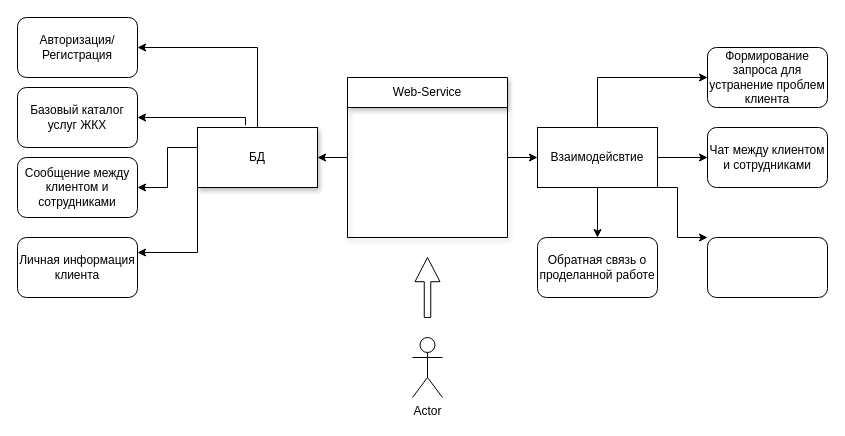
egorka-angelskiy/EPA keeps this draw.io diagram as Диаграмма без названия.drawio. Above is the earlier version. Source tidied: cells renumbered, new cells numbered last; positions are measured from the earlier drawing's top-left corner, leaving out a move shared by most shapes. Both pictures are drawn from the tidied source at 100%, with x=0, y=0 at pixel (17, 17).
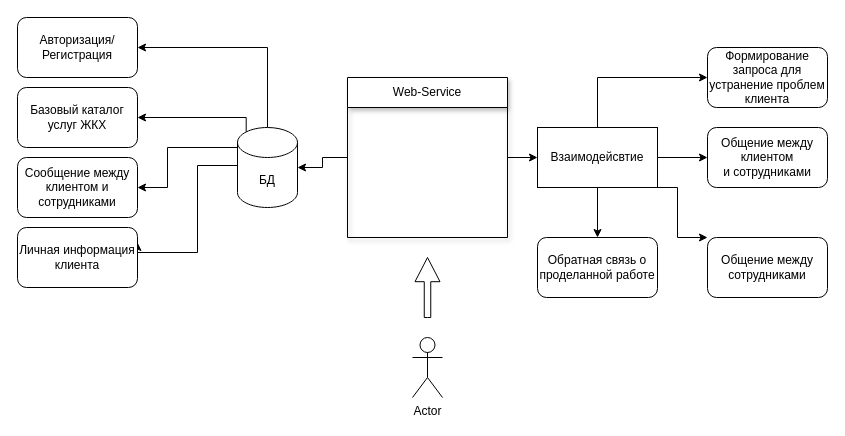
Above is the later version.

The change refers to these unchanged cells:
```xml
<mxCell id="4" value="Web-Service" style="swimlane;fontStyle=0;horizontal=1;startSize=30;whiteSpace=wrap;html=1;shadow=1;points=[[0,0,0,0,0],[0,0.25,0,0,0],[0,0.33,0,0,0],[0,0.5,0,0,0],[0,0.67,0,0,0],[0,0.75,0,0,0],[0,1,0,0,0],[0.25,0,0,0,0],[0.25,1,0,0,0],[0.5,0,0,0,0],[0.5,1,0,0,0],[0.75,0,0,0,0],[0.75,1,0,0,0],[1,0,0,0,0],[1,0.25,0,0,0],[1,0.5,0,0,0],[1,0.75,0,0,0],[1,1,0,0,0]];" parent="1" vertex="1">
  <mxGeometry x="330" y="60" width="160" height="160" as="geometry" />
</mxCell>
<mxCell id="12" value="Авторизация/Регистрация" style="rounded=1;whiteSpace=wrap;html=1;" parent="1" vertex="1">
  <mxGeometry width="120" height="60" as="geometry" />
</mxCell>
<mxCell id="13" value="Базовый каталог услуг ЖКХ" style="rounded=1;whiteSpace=wrap;html=1;" parent="1" vertex="1">
  <mxGeometry y="70" width="120" height="60" as="geometry" />
</mxCell>
<mxCell id="14" value="Сообщение между клиентом и сотрудниками" style="rounded=1;whiteSpace=wrap;html=1;" parent="1" vertex="1">
  <mxGeometry y="140" width="120" height="60" as="geometry" />
</mxCell>
```

What changed in the source:
```diff
@@
-    <mxCell id="2" style="edgeStyle=orthogonalEdgeStyle;rounded=0;jettySize=auto;html=1;" parent="1" edge="1" source="4" target="11">
+    <mxCell id="2" style="edgeStyle=orthogonalEdgeStyle;rounded=0;jettySize=auto;html=1;entryX=1;entryY=0.5;entryDx=0;entryDy=0;entryPerimeter=0;" parent="1" edge="1" source="4" target="11">
       <mxGeometry relative="1" as="geometry" />
     </mxCell>
@@
-    <mxCell id="7" style="edgeStyle=orthogonalEdgeStyle;rounded=0;jettySize=auto;html=1;exitX=0.5;exitY=0;exitDx=0;exitDy=0;entryX=1;entryY=0.5;entryDx=0;entryDy=0;" parent="1" edge="1" source="11" target="12">
+    <mxCell id="7" style="edgeStyle=orthogonalEdgeStyle;rounded=0;jettySize=auto;html=1;exitX=0.5;exitY=0;exitDx=0;exitDy=0;entryX=1;entryY=0.5;entryDx=0;entryDy=0;exitPerimeter=0;" parent="1" edge="1" source="11" target="12">
       <mxGeometry relative="1" as="geometry" />
     </mxCell>
-    <mxCell id="8" style="edgeStyle=orthogonalEdgeStyle;rounded=0;jettySize=auto;html=1;entryX=1;entryY=0.5;entryDx=0;entryDy=0;exitX=0.4;exitY=-0.037;exitDx=0;exitDy=0;exitPerimeter=0;" parent="1" edge="1" source="11" target="13">
+    <mxCell id="8" style="edgeStyle=orthogonalEdgeStyle;rounded=0;jettySize=auto;html=1;entryX=1;entryY=0.5;entryDx=0;entryDy=0;exitX=0.145;exitY=0;exitDx=0;exitDy=4.35;exitPerimeter=0;" parent="1" edge="1" source="11" target="13">
       <mxGeometry relative="1" as="geometry">
         <Array as="points">
-          <mxPoint x="228" y="100" />
+          <mxPoint x="229" y="100" />
         </Array>
       </mxGeometry>
     </mxCell>
-    <mxCell id="9" style="edgeStyle=orthogonalEdgeStyle;rounded=0;jettySize=auto;html=1;entryX=1;entryY=0.5;entryDx=0;entryDy=0;exitX=0;exitY=0;exitDx=0;exitDy=0;" parent="1" edge="1" source="11" target="14">
+    <mxCell id="9" style="edgeStyle=orthogonalEdgeStyle;rounded=0;jettySize=auto;html=1;entryX=1;entryY=0.5;entryDx=0;entryDy=0;exitX=0;exitY=0;exitDx=0;exitDy=15;exitPerimeter=0;" parent="1" edge="1" source="11" target="14">
       <mxGeometry relative="1" as="geometry">
         <Array as="points">
-          <mxPoint x="180" y="130" />
+          <mxPoint x="220" y="130" />
           <mxPoint x="150" y="130" />
           <mxPoint x="150" y="170" />
         </Array>
       </mxGeometry>
     </mxCell>
-    <mxCell id="10" style="edgeStyle=orthogonalEdgeStyle;rounded=0;jettySize=auto;html=1;exitX=0;exitY=1;exitDx=0;exitDy=0;entryX=1;entryY=0.25;entryDx=0;entryDy=0;" parent="1" edge="1" source="11" target="15">
+    <mxCell id="10" style="edgeStyle=orthogonalEdgeStyle;rounded=0;jettySize=auto;html=1;exitX=0;exitY=0;exitDx=0;exitDy=27.5;entryX=1;entryY=0.25;entryDx=0;entryDy=0;exitPerimeter=0;" parent="1" edge="1" source="11" target="15">
       <mxGeometry relative="1" as="geometry">
         <Array as="points">
+          <mxPoint x="180" y="148" />
           <mxPoint x="180" y="235" />
         </Array>
       </mxGeometry>
     </mxCell>
-    <mxCell id="11" value="БД" style="whiteSpace=wrap;html=1;fontStyle=0;startSize=30;shadow=1;" parent="1" vertex="1">
-      <mxGeometry x="180" y="110" width="120" height="60" as="geometry" />
-    </mxCell>
@@
     <mxCell id="15" value="Личная информация клиента" style="rounded=1;whiteSpace=wrap;html=1;" parent="1" vertex="1">
-      <mxGeometry y="220" width="120" height="60" as="geometry" />
+      <mxGeometry y="210" width="120" height="60" as="geometry" />
     </mxCell>
@@
-    <mxCell id="21" value="Чат между клиентом&lt;br&gt;и сотрудниками" style="rounded=1;whiteSpace=wrap;html=1;" parent="1" vertex="1">
+    <mxCell id="21" value="Общение между клиентом&lt;br&gt;и сотрудниками" style="rounded=1;whiteSpace=wrap;html=1;" parent="1" vertex="1">
       <mxGeometry x="690" y="110" width="120" height="60" as="geometry" />
     </mxCell>
@@
-    <mxCell id="24" style="rounded=1;whiteSpace=wrap;html=1;" parent="1" vertex="1">
+    <mxCell id="24" value="Общение между сотрудниками" style="rounded=1;whiteSpace=wrap;html=1;" parent="1" vertex="1">
       <mxGeometry x="690" y="220" width="120" height="60" as="geometry" />
     </mxCell>
+    <mxCell id="11" value="БД" style="shape=cylinder3;whiteSpace=wrap;html=1;boundedLbl=1;backgroundOutline=1;size=15;" parent="1" vertex="1">
+      <mxGeometry x="220" y="110" width="60" height="80" as="geometry" />
+    </mxCell>
```
